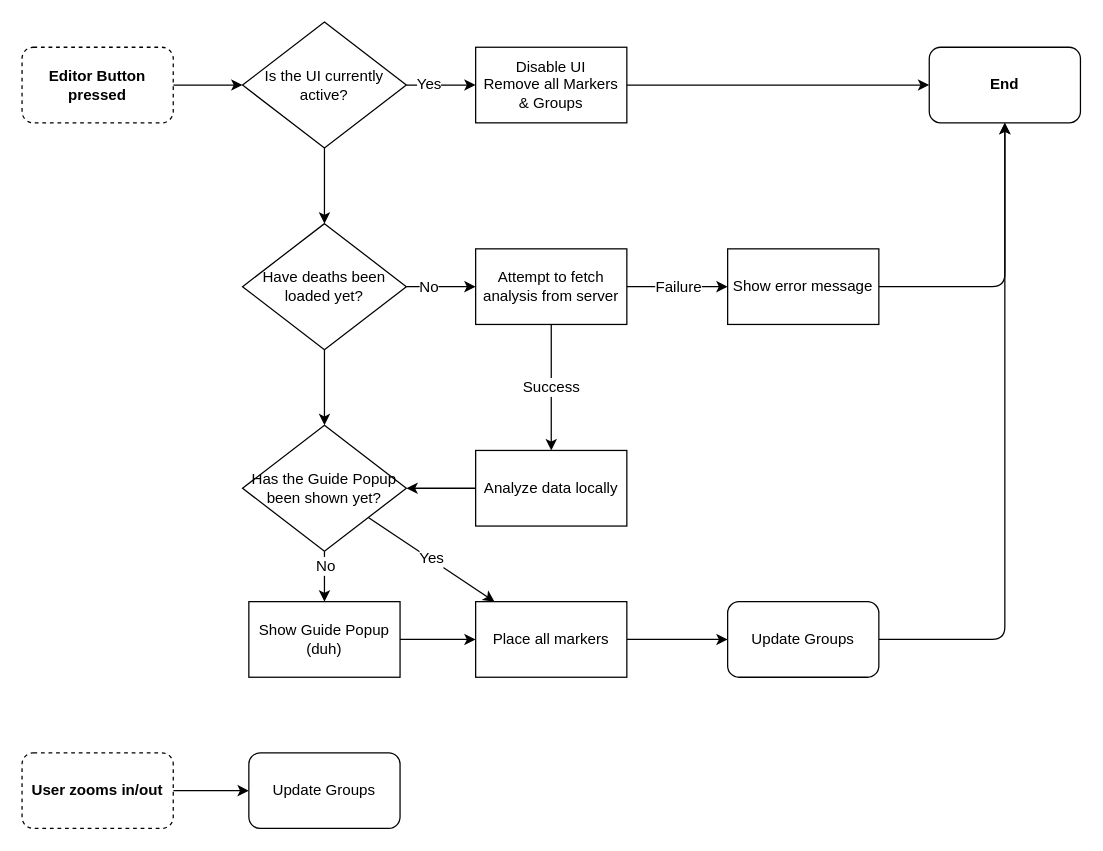
This is page "Editor View" (3 of 4) of docs/doc.dio from MaSp005/deathmarkers, a draw.io file, before an edit. Source tidied: cells renumbered, new cells numbered last; positions are measured from the earlier drawing's top-left corner, leaving out a move shared by most shapes. Both pictures are drawn from the tidied source at 126%, with x=0, y=0 at pixel (21, 21).
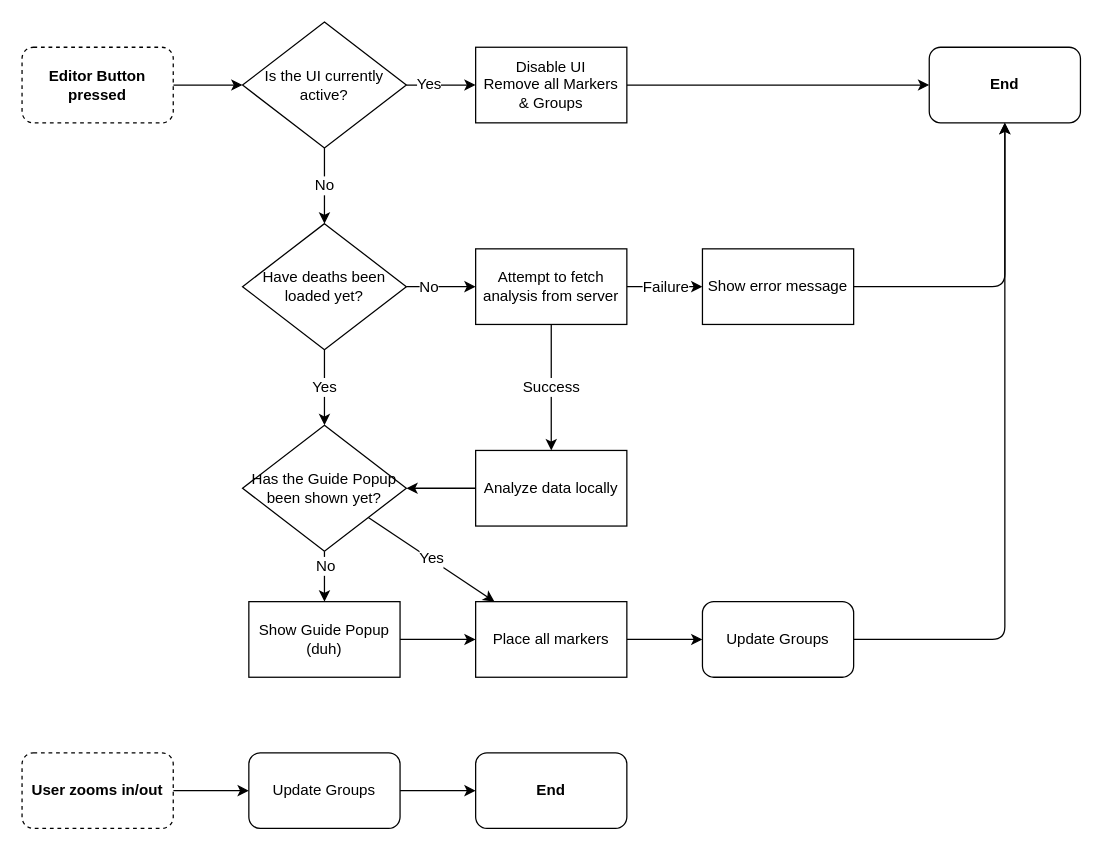
After the change.

The change refers to these unchanged cells:
```xml
<mxCell id="6" value="Is the UI currently active?" style="rhombus;whiteSpace=wrap;html=1;spacing=7;" parent="1" vertex="1">
  <mxGeometry x="175" width="130" height="100" as="geometry" />
</mxCell>
<mxCell id="12" value="Have deaths been loaded yet?" style="rhombus;whiteSpace=wrap;html=1;spacing=7;" parent="1" vertex="1">
  <mxGeometry x="175" y="160" width="130" height="100" as="geometry" />
</mxCell>
<mxCell id="14" style="edgeStyle=none;html=1;fontSize=12;" parent="1" edge="1" source="16" target="26">
  <mxGeometry relative="1" as="geometry" />
</mxCell>
<mxCell id="22" value="Has the Guide Popup been shown yet?" style="rhombus;whiteSpace=wrap;html=1;spacing=7;" parent="1" vertex="1">
  <mxGeometry x="175" y="320" width="130" height="100" as="geometry" />
</mxCell>
<mxCell id="34" value="Update Groups" style="rounded=1;whiteSpace=wrap;html=1;glass=0;shadow=0;" parent="1" vertex="1">
  <mxGeometry x="180" y="580" width="120" height="60" as="geometry" />
</mxCell>
```

What changed in the source:
```diff
@@
-    <mxCell id="5" style="edgeStyle=none;html=1;fontSize=12;" parent="1" edge="1" source="6" target="12">
+    <mxCell id="5" value="No" style="edgeStyle=none;html=1;fontSize=12;" parent="1" edge="1" source="6" target="12">
       <mxGeometry relative="1" as="geometry" />
     </mxCell>
@@
-    <mxCell id="11" style="edgeStyle=none;html=1;fontSize=12;" parent="1" edge="1" source="12" target="22">
+    <mxCell id="11" value="Yes" style="edgeStyle=none;html=1;fontSize=12;" parent="1" edge="1" source="12" target="22">
       <mxGeometry relative="1" as="geometry" />
     </mxCell>
@@
     <mxCell id="15" value="Failure&lt;br&gt;" style="edgeLabel;html=1;align=center;verticalAlign=middle;fontSize=12;" parent="14" vertex="1">
       <mxGeometry x="-0.6" y="-2" relative="1" as="geometry">
-        <mxPoint x="24" y="-2" as="offset" />
+        <mxPoint x="18" y="-2" as="offset" />
       </mxGeometry>
     </mxCell>
@@
     <mxCell id="26" value="Show error message" style="rounded=0;whiteSpace=wrap;html=1;glass=0;shadow=0;" parent="1" vertex="1">
-      <mxGeometry x="560" y="180" width="120" height="60" as="geometry" />
+      <mxGeometry x="540" y="180" width="120" height="60" as="geometry" />
     </mxCell>
@@
     <mxCell id="30" value="Update Groups" style="rounded=1;whiteSpace=wrap;html=1;glass=0;shadow=0;" parent="1" vertex="1">
-      <mxGeometry x="560" y="460" width="120" height="60" as="geometry" />
+      <mxGeometry x="540" y="460" width="120" height="60" as="geometry" />
     </mxCell>
@@
+    <mxCell id="35" style="edgeStyle=elbowEdgeStyle;jumpSize=6;elbow=vertical;html=1;strokeWidth=1;fontSize=8;endArrow=classic;endFill=1;" parent="1" edge="1" source="34" target="36">
+      <mxGeometry relative="1" as="geometry" />
+    </mxCell>
@@
+    <mxCell id="36" value="End" style="rounded=1;whiteSpace=wrap;html=1;glass=0;shadow=0;fontStyle=1;" parent="1" vertex="1">
+      <mxGeometry x="360" y="580" width="120" height="60" as="geometry" />
+    </mxCell>
```
